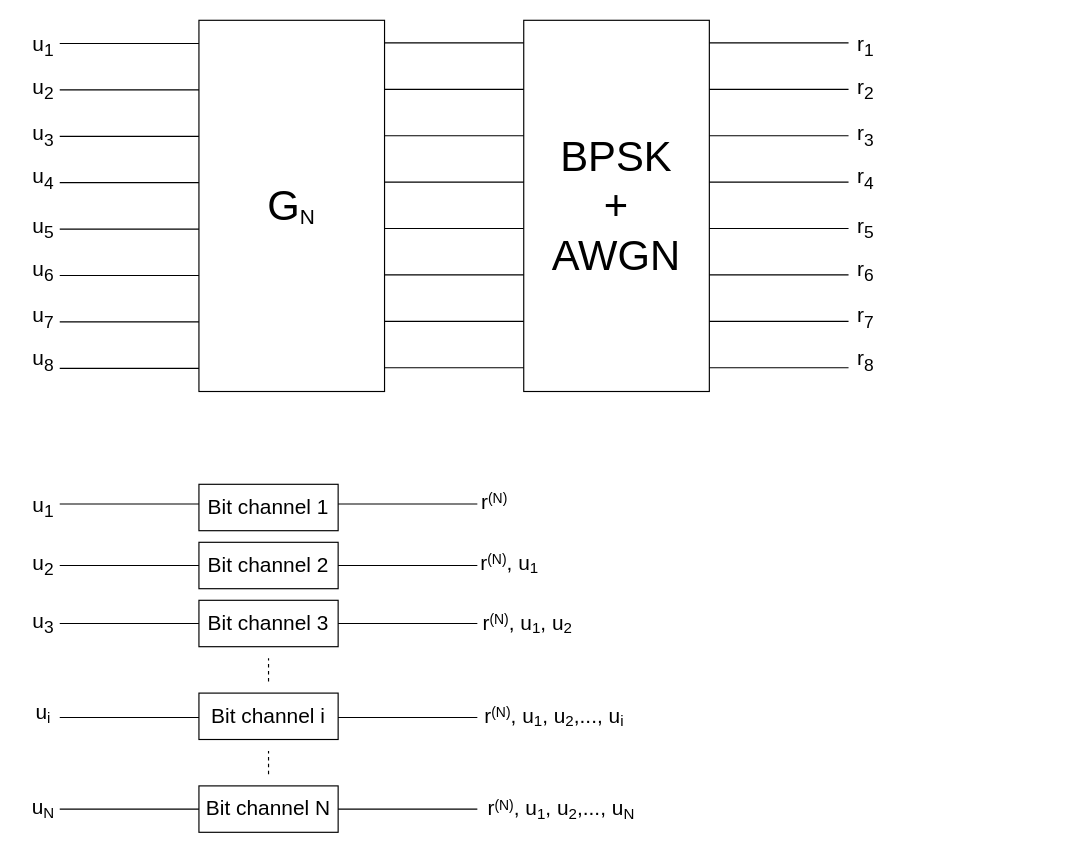
Before: polar_codes.drawio in faruqsabri/drawio, a draw.io diagram. Source tidied: cells renumbered, new cells numbered last; positions are measured from the earlier drawing's top-left corner, leaving out a move shared by most shapes. Both pictures are drawn from the tidied source at 116%, with x=0, y=0 at pixel (20, 20).
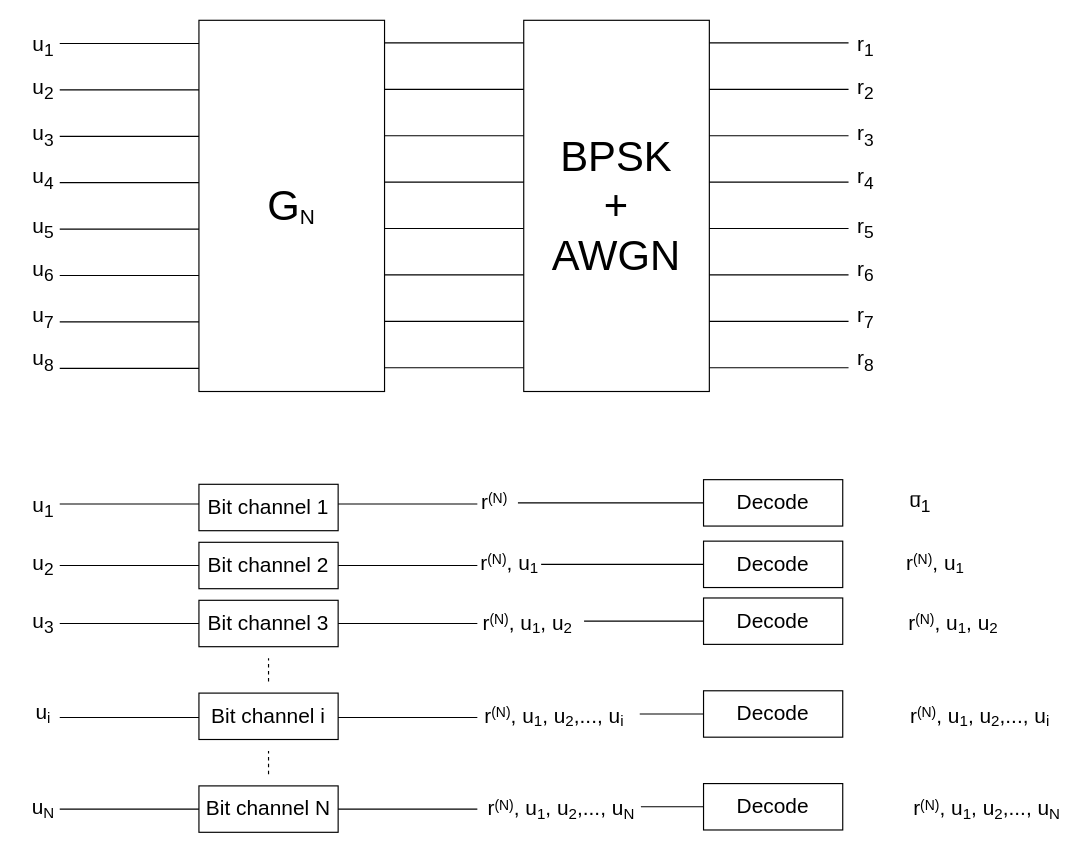
After the change.

Unchanged cells that the change refers to:
```xml
<mxCell id="66" value="&lt;span style=&quot;font-size: 18px&quot;&gt;r&lt;/span&gt;&lt;sup&gt;&lt;font style=&quot;font-size: 12px&quot;&gt;(N)&lt;/font&gt;&lt;/sup&gt;" style="text;html=1;strokeColor=none;fillColor=none;align=center;verticalAlign=middle;whiteSpace=wrap;rounded=0;" parent="1" vertex="1">
  <mxGeometry x="389" y="406" width="40" height="20" as="geometry" />
</mxCell>
<mxCell id="67" value="&lt;span style=&quot;font-size: 18px&quot;&gt;r&lt;/span&gt;&lt;sup&gt;&lt;font style=&quot;font-size: 12px&quot;&gt;(N)&lt;/font&gt;&lt;/sup&gt;&lt;span style=&quot;font-size: 18px&quot;&gt;, u&lt;/span&gt;&lt;sub&gt;&lt;font style=&quot;font-size: 13px&quot;&gt;1&lt;/font&gt;&lt;/sub&gt;" style="text;html=1;strokeColor=none;fillColor=none;align=center;verticalAlign=middle;whiteSpace=wrap;rounded=0;" parent="1" vertex="1">
  <mxGeometry x="395" y="459" width="54" height="20" as="geometry" />
</mxCell>
<mxCell id="68" value="&lt;font&gt;&lt;span style=&quot;font-size: 18px&quot;&gt;r&lt;/span&gt;&lt;sup style=&quot;font-size: 18px&quot;&gt;&lt;font style=&quot;font-size: 12px&quot;&gt;(N)&lt;/font&gt;&lt;/sup&gt;&lt;span style=&quot;font-size: 18px&quot;&gt;, u&lt;/span&gt;&lt;sub&gt;&lt;font style=&quot;font-size: 13px&quot;&gt;1&lt;/font&gt;&lt;/sub&gt;&lt;span style=&quot;font-size: 18px&quot;&gt;, u&lt;/span&gt;&lt;sub&gt;&lt;font style=&quot;font-size: 13px&quot;&gt;2&lt;/font&gt;&lt;/sub&gt;&lt;/font&gt;" style="text;html=1;strokeColor=none;fillColor=none;align=center;verticalAlign=middle;whiteSpace=wrap;rounded=0;" parent="1" vertex="1">
  <mxGeometry x="389" y="508" width="97" height="20" as="geometry" />
</mxCell>
<mxCell id="69" value="&lt;font&gt;&lt;span style=&quot;font-size: 18px&quot;&gt;r&lt;/span&gt;&lt;sup style=&quot;font-size: 18px&quot;&gt;&lt;font style=&quot;font-size: 12px&quot;&gt;(N)&lt;/font&gt;&lt;/sup&gt;&lt;span style=&quot;font-size: 18px&quot;&gt;, u&lt;/span&gt;&lt;sub&gt;&lt;font style=&quot;font-size: 13px&quot;&gt;1&lt;/font&gt;&lt;/sub&gt;&lt;span style=&quot;font-size: 18px&quot;&gt;, u&lt;/span&gt;&lt;sub&gt;&lt;font style=&quot;font-size: 13px&quot;&gt;2&lt;/font&gt;&lt;/sub&gt;&lt;span style=&quot;font-size: 18px&quot;&gt;,..., u&lt;/span&gt;&lt;sub&gt;&lt;font style=&quot;font-size: 13px&quot;&gt;i&lt;/font&gt;&lt;/sub&gt;&lt;/font&gt;" style="text;html=1;strokeColor=none;fillColor=none;align=center;verticalAlign=middle;whiteSpace=wrap;rounded=0;" parent="1" vertex="1">
  <mxGeometry x="387" y="588" width="147" height="20" as="geometry" />
</mxCell>
<mxCell id="70" value="&lt;font&gt;&lt;span style=&quot;font-size: 18px&quot;&gt;r&lt;/span&gt;&lt;sup style=&quot;font-size: 18px&quot;&gt;&lt;font style=&quot;font-size: 12px&quot;&gt;(N)&lt;/font&gt;&lt;/sup&gt;&lt;span style=&quot;font-size: 18px&quot;&gt;, u&lt;/span&gt;&lt;sub&gt;&lt;font style=&quot;font-size: 13px&quot;&gt;1&lt;/font&gt;&lt;/sub&gt;&lt;span style=&quot;font-size: 18px&quot;&gt;, u&lt;/span&gt;&lt;sub&gt;&lt;font style=&quot;font-size: 13px&quot;&gt;2&lt;/font&gt;&lt;/sub&gt;&lt;span style=&quot;font-size: 18px&quot;&gt;,...,&amp;nbsp;u&lt;/span&gt;&lt;sub&gt;&lt;font style=&quot;font-size: 13px&quot;&gt;N&lt;/font&gt;&lt;/sub&gt;&lt;/font&gt;" style="text;html=1;strokeColor=none;fillColor=none;align=center;verticalAlign=middle;whiteSpace=wrap;rounded=0;" parent="1" vertex="1">
  <mxGeometry x="398" y="668" width="137" height="20" as="geometry" />
</mxCell>
```

What changed in the source:
```diff
@@
+    <mxCell id="71" value="&lt;font style=&quot;font-size: 18px&quot;&gt;Decode&lt;/font&gt;" style="rounded=0;whiteSpace=wrap;html=1;fillColor=none;" parent="1" vertex="1">
+      <mxGeometry x="589" y="396" width="120" height="40" as="geometry" />
+    </mxCell>
+    <mxCell id="72" value="&lt;span style=&quot;font-size: 18px&quot;&gt;Decode&lt;/span&gt;" style="rounded=0;whiteSpace=wrap;html=1;fillColor=none;" parent="1" vertex="1">
+      <mxGeometry x="589" y="449" width="120" height="40" as="geometry" />
+    </mxCell>
+    <mxCell id="73" value="&lt;span style=&quot;font-size: 18px&quot;&gt;Decode&lt;/span&gt;" style="rounded=0;whiteSpace=wrap;html=1;fillColor=none;" parent="1" vertex="1">
+      <mxGeometry x="589" y="498" width="120" height="40" as="geometry" />
+    </mxCell>
+    <mxCell id="74" value="&lt;span style=&quot;font-size: 18px&quot;&gt;Decode&lt;/span&gt;" style="rounded=0;whiteSpace=wrap;html=1;fillColor=none;" parent="1" vertex="1">
+      <mxGeometry x="589" y="578" width="120" height="40" as="geometry" />
+    </mxCell>
+    <mxCell id="75" value="&lt;span style=&quot;font-size: 18px&quot;&gt;Decode&lt;/span&gt;" style="rounded=0;whiteSpace=wrap;html=1;fillColor=none;" parent="1" vertex="1">
+      <mxGeometry x="589" y="658" width="120" height="40" as="geometry" />
+    </mxCell>
+    <mxCell id="76" style="endArrow=none;html=1;entryX=1;entryY=0.5;entryDx=0;entryDy=0;exitX=0;exitY=0.5;exitDx=0;exitDy=0;" parent="1" edge="1" source="71" target="66">
+      <mxGeometry relative="1" as="geometry" />
+    </mxCell>
+    <mxCell id="77" style="endArrow=none;html=1;entryX=0;entryY=0.5;entryDx=0;entryDy=0;exitX=1;exitY=0.5;exitDx=0;exitDy=0;" parent="1" edge="1" source="67" target="72">
+      <mxGeometry relative="1" as="geometry" />
+    </mxCell>
+    <mxCell id="78" style="endArrow=none;html=1;exitX=1;exitY=0.5;exitDx=0;exitDy=0;entryX=0;entryY=0.5;entryDx=0;entryDy=0;" parent="1" edge="1" source="68" target="73">
+      <mxGeometry relative="1" as="geometry" />
+    </mxCell>
+    <mxCell id="79" style="endArrow=none;html=1;exitX=1;exitY=0.5;exitDx=0;exitDy=0;entryX=0;entryY=0.5;entryDx=0;entryDy=0;" parent="1" edge="1" source="69" target="74">
+      <mxGeometry relative="1" as="geometry" />
+    </mxCell>
+    <mxCell id="80" style="endArrow=none;html=1;exitX=1;exitY=0.5;exitDx=0;exitDy=0;entryX=0;entryY=0.5;entryDx=0;entryDy=0;" parent="1" edge="1" source="70" target="75">
+      <mxGeometry relative="1" as="geometry" />
+    </mxCell>
+    <mxCell id="81" value="&lt;span style=&quot;font-size: 18px&quot;&gt;u&lt;sub&gt;1&lt;/sub&gt;&lt;/span&gt;" style="text;html=1;strokeColor=none;fillColor=none;align=center;verticalAlign=middle;whiteSpace=wrap;rounded=0;" parent="1" vertex="1">
+      <mxGeometry x="756" y="406" width="40" height="20" as="geometry" />
+    </mxCell>
+    <mxCell id="82" value="&lt;span style=&quot;font-size: 18px&quot;&gt;r&lt;/span&gt;&lt;sup&gt;&lt;font style=&quot;font-size: 12px&quot;&gt;(N)&lt;/font&gt;&lt;/sup&gt;&lt;span style=&quot;font-size: 18px&quot;&gt;, u&lt;/span&gt;&lt;sub&gt;&lt;font style=&quot;font-size: 13px&quot;&gt;1&lt;/font&gt;&lt;/sub&gt;" style="text;html=1;strokeColor=none;fillColor=none;align=center;verticalAlign=middle;whiteSpace=wrap;rounded=0;" parent="1" vertex="1">
+      <mxGeometry x="762" y="459" width="54" height="20" as="geometry" />
+    </mxCell>
+    <mxCell id="83" value="&lt;font&gt;&lt;span style=&quot;font-size: 18px&quot;&gt;r&lt;/span&gt;&lt;sup style=&quot;font-size: 18px&quot;&gt;&lt;font style=&quot;font-size: 12px&quot;&gt;(N)&lt;/font&gt;&lt;/sup&gt;&lt;span style=&quot;font-size: 18px&quot;&gt;, u&lt;/span&gt;&lt;sub&gt;&lt;font style=&quot;font-size: 13px&quot;&gt;1&lt;/font&gt;&lt;/sub&gt;&lt;span style=&quot;font-size: 18px&quot;&gt;, u&lt;/span&gt;&lt;sub&gt;&lt;font style=&quot;font-size: 13px&quot;&gt;2&lt;/font&gt;&lt;/sub&gt;&lt;/font&gt;" style="text;html=1;strokeColor=none;fillColor=none;align=center;verticalAlign=middle;whiteSpace=wrap;rounded=0;" parent="1" vertex="1">
+      <mxGeometry x="756" y="508" width="97" height="20" as="geometry" />
+    </mxCell>
+    <mxCell id="84" value="&lt;font&gt;&lt;span style=&quot;font-size: 18px&quot;&gt;r&lt;/span&gt;&lt;sup style=&quot;font-size: 18px&quot;&gt;&lt;font style=&quot;font-size: 12px&quot;&gt;(N)&lt;/font&gt;&lt;/sup&gt;&lt;span style=&quot;font-size: 18px&quot;&gt;, u&lt;/span&gt;&lt;sub&gt;&lt;font style=&quot;font-size: 13px&quot;&gt;1&lt;/font&gt;&lt;/sub&gt;&lt;span style=&quot;font-size: 18px&quot;&gt;, u&lt;/span&gt;&lt;sub&gt;&lt;font style=&quot;font-size: 13px&quot;&gt;2&lt;/font&gt;&lt;/sub&gt;&lt;span style=&quot;font-size: 18px&quot;&gt;,..., u&lt;/span&gt;&lt;sub&gt;&lt;font style=&quot;font-size: 13px&quot;&gt;i&lt;/font&gt;&lt;/sub&gt;&lt;/font&gt;" style="text;html=1;strokeColor=none;fillColor=none;align=center;verticalAlign=middle;whiteSpace=wrap;rounded=0;" parent="1" vertex="1">
+      <mxGeometry x="754" y="588" width="147" height="20" as="geometry" />
+    </mxCell>
+    <mxCell id="85" value="&lt;font&gt;&lt;span style=&quot;font-size: 18px&quot;&gt;r&lt;/span&gt;&lt;sup style=&quot;font-size: 18px&quot;&gt;&lt;font style=&quot;font-size: 12px&quot;&gt;(N)&lt;/font&gt;&lt;/sup&gt;&lt;span style=&quot;font-size: 18px&quot;&gt;, u&lt;/span&gt;&lt;sub&gt;&lt;font style=&quot;font-size: 13px&quot;&gt;1&lt;/font&gt;&lt;/sub&gt;&lt;span style=&quot;font-size: 18px&quot;&gt;, u&lt;/span&gt;&lt;sub&gt;&lt;font style=&quot;font-size: 13px&quot;&gt;2&lt;/font&gt;&lt;/sub&gt;&lt;span style=&quot;font-size: 18px&quot;&gt;,...,&amp;nbsp;u&lt;/span&gt;&lt;sub&gt;&lt;font style=&quot;font-size: 13px&quot;&gt;N&lt;/font&gt;&lt;/sub&gt;&lt;/font&gt;" style="text;html=1;strokeColor=none;fillColor=none;align=center;verticalAlign=middle;whiteSpace=wrap;rounded=0;" parent="1" vertex="1">
+      <mxGeometry x="765" y="668" width="137" height="20" as="geometry" />
+    </mxCell>
+    <mxCell id="86" style="endArrow=none;html=1;" parent="1" edge="1">
+      <mxGeometry relative="1" as="geometry">
+        <mxPoint x="768" y="410" as="sourcePoint" />
+        <mxPoint x="776" y="410" as="targetPoint" />
+      </mxGeometry>
+    </mxCell>
```
